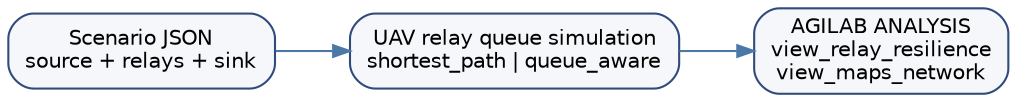
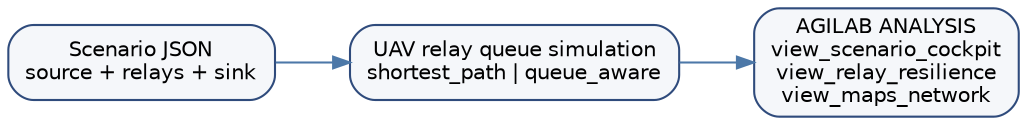
digraph uav_relay_queue_pipeline {
  rankdir=LR;
  graph [fontname="Helvetica", fontsize=10];
  node [shape=box, style="rounded,filled", fillcolor="#F5F7FA", color="#2F4B7C", fontname="Helvetica", fontsize=10];
  edge [color="#4C78A8", arrowsize=0.8];

  scenario [label="Scenario JSON\nsource + relays + sink"];
  simulate [label="UAV relay queue simulation\nshortest_path | queue_aware"];
-   analysis [label="AGILAB ANALYSIS\nview_relay_resilience\nview_maps_network"];
+   analysis [label="AGILAB ANALYSIS\nview_scenario_cockpit\nview_relay_resilience\nview_maps_network"];

  scenario -> simulate;
  simulate -> analysis;
}
